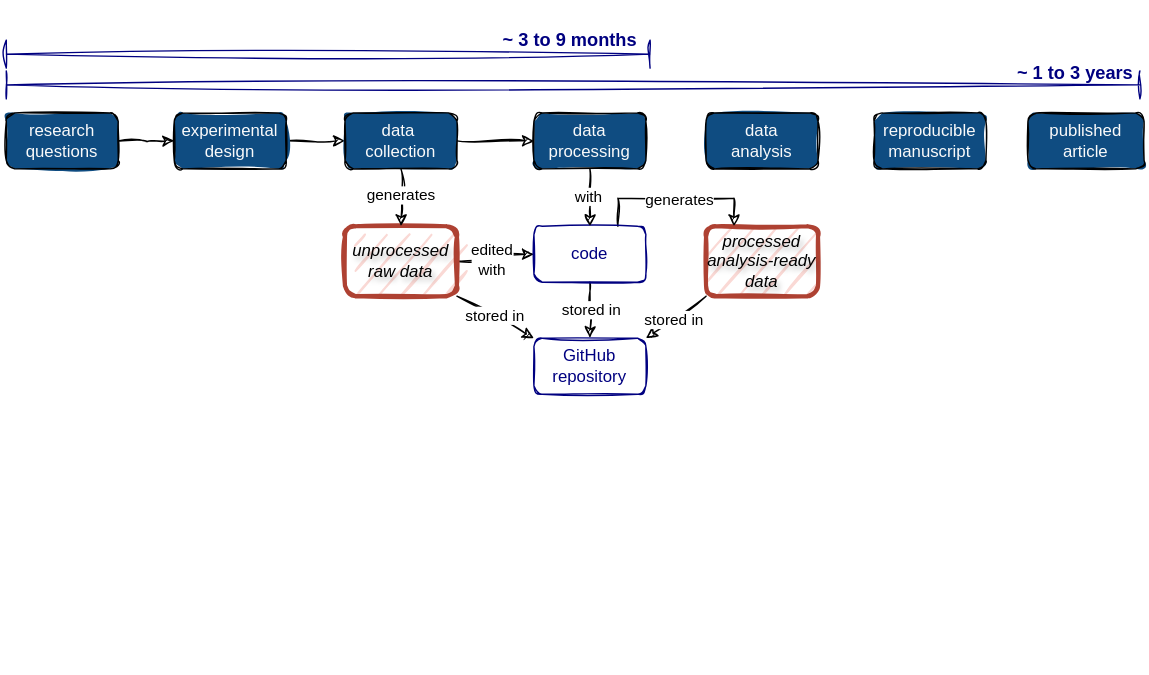
Earlier version of the draw.io export slides/img/eth-kolloquium/ghe-rdm-workflow-05.drawio.svg (Global-Health-Engineering/website). Source tidied: cells renumbered, new cells last; positions are measured from the earlier drawing's top-left corner, leaving out a move shared by most shapes.
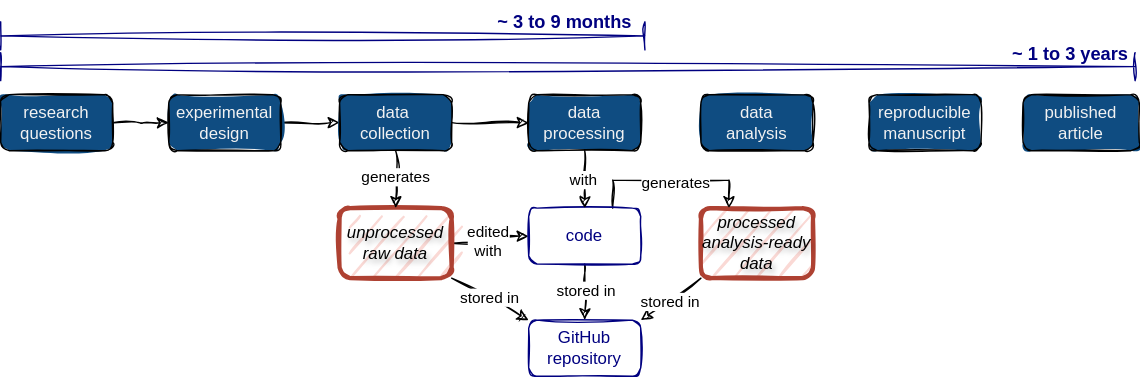
After the commit.

What changed in the source:
```diff
@@ -107,28 +107,25 @@
       <mxGeometry x="347" y="13" width="120" height="30" as="geometry" />
     </mxCell>
     <mxCell id="31" value="Step 1 - Publication workflow" parent="0" />
-    <mxCell id="32" style="rounded=0;whiteSpace=wrap;html=1;fillColor=none;strokeColor=#FFFFFF;" parent="31" vertex="1">
-      <mxGeometry width="820" height="480" as="geometry" />
-    </mxCell>
-    <mxCell id="33" value="&lt;span&gt;&lt;span&gt;research questions&lt;/span&gt;&lt;/span&gt;" style="rounded=1;html=1;strokeWidth=1;fontSize=12;fontFamily=Helvetica;fillColor=#0F4C81;sketch=1;labelBackgroundColor=none;fontColor=#FAFAFA;strokeColor=default;fontStyle=0;fillStyle=solid;labelBorderColor=none;spacing=9;align=center;textShadow=0;whiteSpace=wrap;" parent="31" vertex="1">
+    <mxCell id="33" value="&lt;span&gt;&lt;span&gt;research questions&lt;/span&gt;&lt;/span&gt;" style="rounded=1;whiteSpace=wrap;html=1;strokeWidth=1;fontSize=12;fontFamily=Helvetica;fillColor=#0F4C81;sketch=1;labelBackgroundColor=none;fontColor=#F2F2F2;strokeColor=default;fontStyle=0;fillStyle=solid;" parent="31" vertex="1">
       <mxGeometry x="4" y="80" width="80" height="40" as="geometry" />
     </mxCell>
-    <mxCell id="34" value="&lt;div&gt;&lt;span&gt;&lt;span&gt;experimental&lt;/span&gt;&lt;/span&gt;&lt;/div&gt;&lt;div&gt;&lt;span&gt;&lt;span&gt;design&lt;br&gt;&lt;/span&gt;&lt;/span&gt;&lt;/div&gt;" style="rounded=1;html=1;strokeWidth=1;fontSize=12;fontFamily=Helvetica;fillColor=#0F4C81;sketch=1;labelBackgroundColor=none;fontColor=#FAFAFA;strokeColor=default;fontStyle=0;fillStyle=solid;labelBorderColor=none;spacing=9;align=center;textShadow=0;whiteSpace=wrap;" parent="31" vertex="1">
+    <mxCell id="34" value="&lt;div&gt;&lt;span&gt;&lt;span&gt;experimental&lt;/span&gt;&lt;/span&gt;&lt;/div&gt;&lt;div&gt;&lt;span&gt;&lt;span&gt;design&lt;br&gt;&lt;/span&gt;&lt;/span&gt;&lt;/div&gt;" style="rounded=1;whiteSpace=wrap;html=1;strokeWidth=1;fontSize=12;fontFamily=Helvetica;fillColor=#0F4C81;sketch=1;labelBackgroundColor=none;fontColor=#F2F2F2;strokeColor=default;fontStyle=0;fillStyle=solid;" parent="31" vertex="1">
       <mxGeometry x="124" y="80" width="80" height="40" as="geometry" />
     </mxCell>
-    <mxCell id="35" value="&lt;div&gt;&lt;span&gt;&lt;span&gt;data&lt;br&gt;&lt;/span&gt;&lt;/span&gt;&lt;/div&gt;&lt;div&gt;&lt;span&gt;&lt;span&gt;analysis&lt;/span&gt;&lt;/span&gt;&lt;/div&gt;" style="rounded=1;html=1;strokeWidth=1;fontSize=12;fontFamily=Helvetica;fillColor=#0F4C81;sketch=1;labelBackgroundColor=none;fontColor=#FAFAFA;strokeColor=default;fontStyle=0;fillStyle=solid;labelBorderColor=none;spacing=9;align=center;textShadow=0;whiteSpace=wrap;" parent="31" vertex="1">
+    <mxCell id="35" value="&lt;div&gt;&lt;span&gt;&lt;span&gt;data&lt;br&gt;&lt;/span&gt;&lt;/span&gt;&lt;/div&gt;&lt;div&gt;&lt;span&gt;&lt;span&gt;analysis&lt;/span&gt;&lt;/span&gt;&lt;/div&gt;" style="rounded=1;whiteSpace=wrap;html=1;strokeWidth=1;fontSize=12;fontFamily=Helvetica;fillColor=#0F4C81;sketch=1;labelBackgroundColor=none;fontColor=#F2F2F2;strokeColor=default;fontStyle=0;fillStyle=solid;" parent="31" vertex="1">
       <mxGeometry x="504" y="80" width="80" height="40" as="geometry" />
     </mxCell>
-    <mxCell id="36" value="&lt;div&gt;reproducible&lt;br&gt;&lt;/div&gt;&lt;div&gt;manuscript&lt;/div&gt;" style="rounded=1;html=1;strokeWidth=1;fontSize=12;fontFamily=Helvetica;fillColor=#0F4C81;sketch=1;labelBackgroundColor=none;fontColor=#FAFAFA;strokeColor=default;fontStyle=0;fillStyle=solid;labelBorderColor=none;spacing=9;align=center;textShadow=0;whiteSpace=wrap;" parent="31" vertex="1">
+    <mxCell id="36" value="&lt;div&gt;reproducible&lt;br&gt;&lt;/div&gt;&lt;div&gt;manuscript&lt;/div&gt;" style="rounded=1;whiteSpace=wrap;html=1;strokeWidth=1;fontSize=12;fontFamily=Helvetica;fillColor=#0F4C81;sketch=1;labelBackgroundColor=none;fontColor=#F2F2F2;strokeColor=default;fontStyle=0;fillStyle=solid;" parent="31" vertex="1">
       <mxGeometry x="624" y="80" width="80" height="40" as="geometry" />
     </mxCell>
-    <mxCell id="37" value="&lt;span&gt;&lt;span&gt;published&lt;/span&gt;&lt;/span&gt;&lt;br&gt;&lt;div&gt;&lt;span&gt;&lt;span&gt;article&lt;/span&gt;&lt;/span&gt;&lt;/div&gt;" style="rounded=1;html=1;strokeWidth=1;fontSize=12;fontFamily=Helvetica;fillColor=#0F4C81;sketch=1;labelBackgroundColor=none;fontColor=#FAFAFA;strokeColor=default;fontStyle=0;fillStyle=solid;labelBorderColor=none;spacing=9;align=center;textShadow=0;whiteSpace=wrap;" parent="31" vertex="1">
+    <mxCell id="37" value="&lt;span&gt;&lt;span&gt;published&lt;/span&gt;&lt;/span&gt;&lt;br&gt;&lt;div&gt;&lt;span&gt;&lt;span&gt;article&lt;/span&gt;&lt;/span&gt;&lt;/div&gt;" style="rounded=1;whiteSpace=wrap;html=1;strokeWidth=1;fontSize=12;fontFamily=Helvetica;fillColor=#0F4C81;sketch=1;labelBackgroundColor=none;fontColor=#F2F2F2;strokeColor=default;fontStyle=0;fillStyle=solid;" parent="31" vertex="1">
       <mxGeometry x="734" y="80" width="83" height="40" as="geometry" />
     </mxCell>
-    <mxCell id="38" value="&lt;div&gt;&lt;span&gt;&lt;span&gt;data&amp;nbsp;&lt;/span&gt;&lt;/span&gt;&lt;/div&gt;&lt;div&gt;&lt;span&gt;&lt;span&gt;collection&lt;/span&gt;&lt;/span&gt;&lt;/div&gt;&lt;div&gt;&lt;span&gt;&lt;span&gt;&lt;/span&gt;&lt;/span&gt;&lt;/div&gt;" style="rounded=1;html=1;strokeWidth=1;fontSize=12;fontFamily=Helvetica;fillColor=#0F4C81;sketch=1;labelBackgroundColor=none;fontColor=#FAFAFA;strokeColor=default;fontStyle=0;fillStyle=solid;labelBorderColor=none;spacing=9;align=center;textShadow=0;whiteSpace=wrap;" parent="31" vertex="1">
+    <mxCell id="38" value="&lt;div&gt;&lt;span&gt;&lt;span&gt;data&amp;nbsp;&lt;/span&gt;&lt;/span&gt;&lt;/div&gt;&lt;div&gt;&lt;span&gt;&lt;span&gt;collection&lt;/span&gt;&lt;/span&gt;&lt;/div&gt;&lt;div&gt;&lt;span&gt;&lt;span&gt;&lt;/span&gt;&lt;/span&gt;&lt;/div&gt;" style="rounded=1;whiteSpace=wrap;html=1;strokeWidth=1;fontSize=12;fontFamily=Helvetica;fillColor=#0F4C81;sketch=1;labelBackgroundColor=none;fontColor=#F2F2F2;strokeColor=default;fontStyle=0;fillStyle=solid;" parent="31" vertex="1">
       <mxGeometry x="246" y="80" width="80" height="40" as="geometry" />
     </mxCell>
-    <mxCell id="39" value="&lt;div&gt;&lt;span&gt;&lt;span&gt;data&lt;/span&gt;&lt;/span&gt;&lt;/div&gt;&lt;div&gt;&lt;span&gt;&lt;span&gt;processing&lt;br&gt;&lt;/span&gt;&lt;/span&gt;&lt;/div&gt;" style="rounded=1;html=1;strokeWidth=1;fontSize=12;fontFamily=Helvetica;fillColor=#0F4C81;sketch=1;labelBackgroundColor=none;fontColor=#FAFAFA;strokeColor=default;fontStyle=0;fillStyle=solid;labelBorderColor=none;spacing=9;align=center;textShadow=0;whiteSpace=wrap;" parent="31" vertex="1">
+    <mxCell id="39" value="&lt;div&gt;&lt;span&gt;&lt;span&gt;data&lt;/span&gt;&lt;/span&gt;&lt;/div&gt;&lt;div&gt;&lt;span&gt;&lt;span&gt;processing&lt;br&gt;&lt;/span&gt;&lt;/span&gt;&lt;/div&gt;" style="rounded=1;whiteSpace=wrap;html=1;strokeWidth=1;fontSize=12;fontFamily=Helvetica;fillColor=#0F4C81;sketch=1;labelBackgroundColor=none;fontColor=#F2F2F2;strokeColor=default;fontStyle=0;fillStyle=solid;" parent="31" vertex="1">
       <mxGeometry x="381" y="80" width="80" height="40" as="geometry" />
     </mxCell>
   </root>
```
